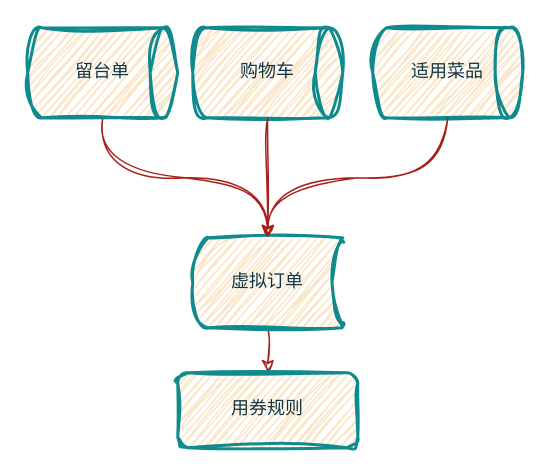
Above: src/未命名绘图.drawio in garryInWeb/al (draw.io), before the change. Source tidied: cells renumbered, new cells numbered last; positions are measured from the earlier drawing's top-left corner, leaving out a move shared by most shapes. Both pictures are drawn from the tidied source at 150%, with x=0, y=0 at pixel (27, 27).
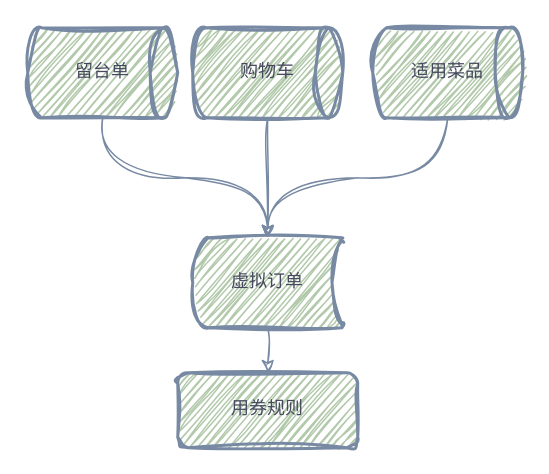
After the change.

Commit message (it also covers changes not shown here):
更新未命名绘图.drawio

Diff of the diagram source:
```diff
@@
 <mxGraphModel>
   <root>
     <mxCell id="0" />
     <mxCell id="1" parent="0" />
-    <mxCell id="2" style="edgeStyle=orthogonalEdgeStyle;rounded=0;sketch=1;hachureGap=4;jiggle=2;curveFitting=1;jettySize=auto;html=1;exitX=0.5;exitY=1;exitDx=0;exitDy=0;exitPerimeter=0;fontFamily=Architects Daughter;curved=1;labelBackgroundColor=none;strokeColor=#A8201A;fontColor=default;" parent="1" edge="1" source="3" target="7">
+    <mxCell id="2" style="edgeStyle=orthogonalEdgeStyle;rounded=0;sketch=1;hachureGap=4;jiggle=2;curveFitting=1;jettySize=auto;html=1;exitX=0.5;exitY=1;exitDx=0;exitDy=0;exitPerimeter=0;fontFamily=Architects Daughter;curved=1;labelBackgroundColor=none;strokeColor=#788AA3;fontColor=default;" parent="1" edge="1" source="3" target="7">
       <mxGeometry relative="1" as="geometry" />
     </mxCell>
-    <mxCell id="3" value="留台单" style="strokeWidth=2;html=1;shape=mxgraph.flowchart.direct_data;whiteSpace=wrap;sketch=1;hachureGap=4;jiggle=2;curveFitting=1;fontFamily=Architects Daughter;labelBackgroundColor=none;fillColor=#FAE5C7;strokeColor=#0F8B8D;fontColor=#143642;" parent="1" vertex="1">
+    <mxCell id="3" value="留台单" style="strokeWidth=2;html=1;shape=mxgraph.flowchart.direct_data;whiteSpace=wrap;sketch=1;hachureGap=4;jiggle=2;curveFitting=1;fontFamily=Architects Daughter;labelBackgroundColor=none;fillColor=#B2C9AB;strokeColor=#788AA3;fontColor=#46495D;" parent="1" vertex="1">
       <mxGeometry width="100" height="60" as="geometry" />
     </mxCell>
-    <mxCell id="4" value="购物车" style="strokeWidth=2;html=1;shape=mxgraph.flowchart.direct_data;whiteSpace=wrap;sketch=1;hachureGap=4;jiggle=2;curveFitting=1;fontFamily=Architects Daughter;labelBackgroundColor=none;fillColor=#FAE5C7;strokeColor=#0F8B8D;fontColor=#143642;" parent="1" vertex="1">
+    <mxCell id="4" value="购物车" style="strokeWidth=2;html=1;shape=mxgraph.flowchart.direct_data;whiteSpace=wrap;sketch=1;hachureGap=4;jiggle=2;curveFitting=1;fontFamily=Architects Daughter;labelBackgroundColor=none;fillColor=#B2C9AB;strokeColor=#788AA3;fontColor=#46495D;" parent="1" vertex="1">
       <mxGeometry x="110" width="100" height="60" as="geometry" />
     </mxCell>
-    <mxCell id="5" value="适用菜品" style="strokeWidth=2;html=1;shape=mxgraph.flowchart.direct_data;whiteSpace=wrap;sketch=1;hachureGap=4;jiggle=2;curveFitting=1;fontFamily=Architects Daughter;labelBackgroundColor=none;fillColor=#FAE5C7;strokeColor=#0F8B8D;fontColor=#143642;" parent="1" vertex="1">
+    <mxCell id="5" value="适用菜品" style="strokeWidth=2;html=1;shape=mxgraph.flowchart.direct_data;whiteSpace=wrap;sketch=1;hachureGap=4;jiggle=2;curveFitting=1;fontFamily=Architects Daughter;labelBackgroundColor=none;fillColor=#B2C9AB;strokeColor=#788AA3;fontColor=#46495D;" parent="1" vertex="1">
       <mxGeometry x="230" width="100" height="60" as="geometry" />
     </mxCell>
-    <mxCell id="6" style="edgeStyle=orthogonalEdgeStyle;rounded=0;sketch=1;hachureGap=4;jiggle=2;curveFitting=1;jettySize=auto;html=1;exitX=0.5;exitY=1;exitDx=0;exitDy=0;exitPerimeter=0;entryX=0.5;entryY=0;entryDx=0;entryDy=0;fontFamily=Architects Daughter;labelBackgroundColor=none;strokeColor=#A8201A;fontColor=default;" parent="1" edge="1" source="7" target="10">
+    <mxCell id="6" style="edgeStyle=orthogonalEdgeStyle;rounded=0;sketch=1;hachureGap=4;jiggle=2;curveFitting=1;jettySize=auto;html=1;exitX=0.5;exitY=1;exitDx=0;exitDy=0;exitPerimeter=0;entryX=0.5;entryY=0;entryDx=0;entryDy=0;fontFamily=Architects Daughter;labelBackgroundColor=none;strokeColor=#788AA3;fontColor=default;" parent="1" edge="1" source="7" target="10">
       <mxGeometry relative="1" as="geometry" />
     </mxCell>
-    <mxCell id="7" value="虚拟订单" style="strokeWidth=2;html=1;shape=mxgraph.flowchart.stored_data;whiteSpace=wrap;sketch=1;hachureGap=4;jiggle=2;curveFitting=1;fontFamily=Architects Daughter;labelBackgroundColor=none;fillColor=#FAE5C7;strokeColor=#0F8B8D;fontColor=#143642;" parent="1" vertex="1">
+    <mxCell id="7" value="虚拟订单" style="strokeWidth=2;html=1;shape=mxgraph.flowchart.stored_data;whiteSpace=wrap;sketch=1;hachureGap=4;jiggle=2;curveFitting=1;fontFamily=Architects Daughter;labelBackgroundColor=none;fillColor=#B2C9AB;strokeColor=#788AA3;fontColor=#46495D;" parent="1" vertex="1">
       <mxGeometry x="110" y="140" width="100" height="60" as="geometry" />
     </mxCell>
-    <mxCell id="8" style="edgeStyle=orthogonalEdgeStyle;rounded=0;sketch=1;hachureGap=4;jiggle=2;curveFitting=1;jettySize=auto;html=1;exitX=0.5;exitY=1;exitDx=0;exitDy=0;exitPerimeter=0;entryX=0.5;entryY=0;entryDx=0;entryDy=0;entryPerimeter=0;fontFamily=Architects Daughter;labelBackgroundColor=none;strokeColor=#A8201A;fontColor=default;" parent="1" edge="1" source="4" target="7">
+    <mxCell id="8" style="edgeStyle=orthogonalEdgeStyle;rounded=0;sketch=1;hachureGap=4;jiggle=2;curveFitting=1;jettySize=auto;html=1;exitX=0.5;exitY=1;exitDx=0;exitDy=0;exitPerimeter=0;entryX=0.5;entryY=0;entryDx=0;entryDy=0;entryPerimeter=0;fontFamily=Architects Daughter;labelBackgroundColor=none;strokeColor=#788AA3;fontColor=default;" parent="1" edge="1" source="4" target="7">
       <mxGeometry relative="1" as="geometry" />
     </mxCell>
-    <mxCell id="9" style="edgeStyle=orthogonalEdgeStyle;rounded=0;sketch=1;hachureGap=4;jiggle=2;curveFitting=1;jettySize=auto;html=1;exitX=0.5;exitY=1;exitDx=0;exitDy=0;exitPerimeter=0;entryX=0.5;entryY=0;entryDx=0;entryDy=0;entryPerimeter=0;fontFamily=Architects Daughter;curved=1;labelBackgroundColor=none;strokeColor=#A8201A;fontColor=default;" parent="1" edge="1" source="5" target="7">
+    <mxCell id="9" style="edgeStyle=orthogonalEdgeStyle;rounded=0;sketch=1;hachureGap=4;jiggle=2;curveFitting=1;jettySize=auto;html=1;exitX=0.5;exitY=1;exitDx=0;exitDy=0;exitPerimeter=0;entryX=0.5;entryY=0;entryDx=0;entryDy=0;entryPerimeter=0;fontFamily=Architects Daughter;curved=1;labelBackgroundColor=none;strokeColor=#788AA3;fontColor=default;" parent="1" edge="1" source="5" target="7">
       <mxGeometry relative="1" as="geometry" />
     </mxCell>
-    <mxCell id="10" value="用券规则" style="rounded=1;whiteSpace=wrap;html=1;absoluteArcSize=1;arcSize=14;strokeWidth=2;sketch=1;hachureGap=4;jiggle=2;curveFitting=1;fontFamily=Architects Daughter;labelBackgroundColor=none;fillColor=#FAE5C7;strokeColor=#0F8B8D;fontColor=#143642;" parent="1" vertex="1">
+    <mxCell id="10" value="用券规则" style="rounded=1;whiteSpace=wrap;html=1;absoluteArcSize=1;arcSize=14;strokeWidth=2;sketch=1;hachureGap=4;jiggle=2;curveFitting=1;fontFamily=Architects Daughter;labelBackgroundColor=none;fillColor=#B2C9AB;strokeColor=#788AA3;fontColor=#46495D;" parent="1" vertex="1">
       <mxGeometry x="100" y="230" width="120" height="50" as="geometry" />
     </mxCell>
   </root>
 </mxGraphModel>
```
